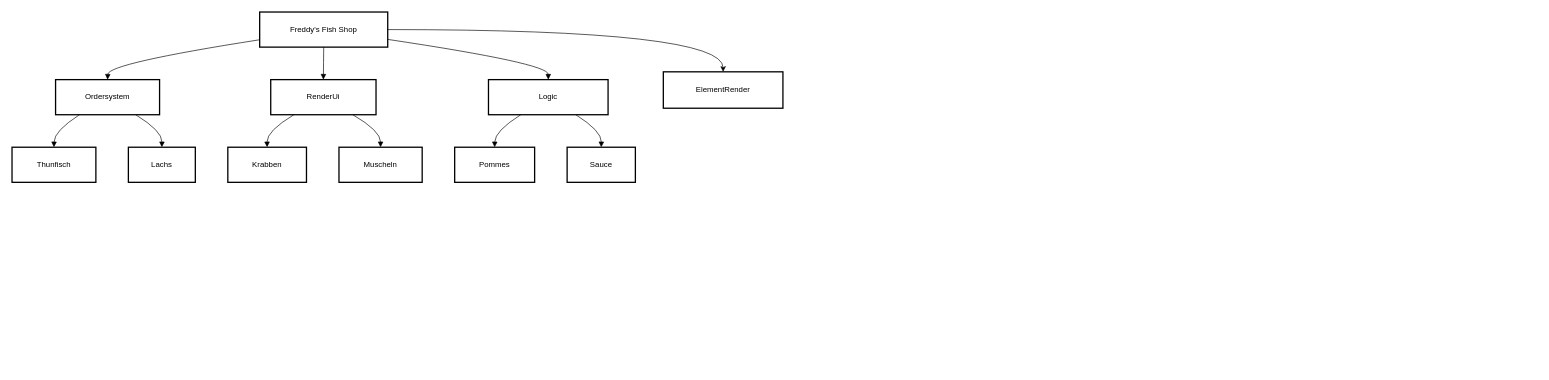
This is Untitled Diagram.drawio from rumi-bit/Year12python, a draw.io file, before an edit. Source tidied: cells renumbered, new cells numbered last; positions are measured from the earlier drawing's top-left corner, leaving out a move shared by most shapes. Both pictures are drawn from the tidied source at 65%, with x=0, y=0 at pixel (12, 12).
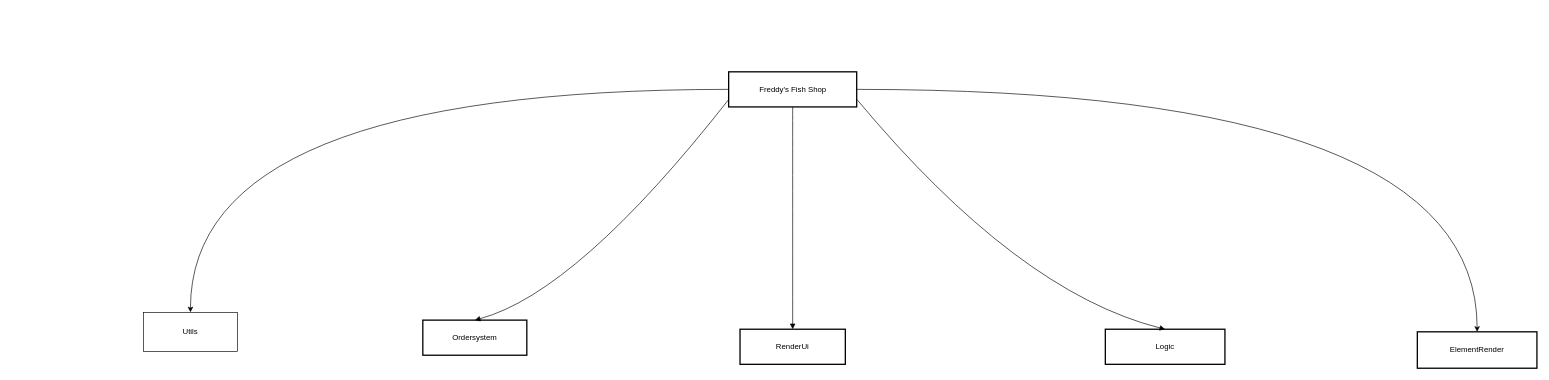
The same page after the edit.

Diff of the diagram source:
```diff
@@
+    <mxCell id="23" style="edgeStyle=orthogonalEdgeStyle;rounded=0;jettySize=auto;html=1;exitX=0;exitY=0.5;exitDx=0;exitDy=0;entryX=0.5;entryY=0;entryDx=0;entryDy=0;curved=1;" parent="1" edge="1" source="2" target="24">
+      <mxGeometry relative="1" as="geometry" />
+    </mxCell>
     <mxCell id="2" value="Freddy's Fish Shop" style="whiteSpace=wrap;strokeWidth=2;" parent="1" vertex="1">
-      <mxGeometry x="381" width="197" height="54" as="geometry" />
+      <mxGeometry x="1102.5" y="92" width="197" height="54" as="geometry" />
     </mxCell>
     <mxCell id="3" value="Ordersystem" style="whiteSpace=wrap;strokeWidth=2;" parent="1" vertex="1">
-      <mxGeometry x="67" y="104" width="160" height="54" as="geometry" />
+      <mxGeometry x="632" y="474" width="160" height="54" as="geometry" />
     </mxCell>
     <mxCell id="4" value="RenderUi" style="whiteSpace=wrap;strokeWidth=2;" parent="1" vertex="1">
-      <mxGeometry x="398" y="104" width="162" height="54" as="geometry" />
+      <mxGeometry x="1120" y="488" width="162" height="54" as="geometry" />
     </mxCell>
     <mxCell id="5" value="Logic" style="whiteSpace=wrap;strokeWidth=2;" parent="1" vertex="1">
-      <mxGeometry x="733" y="104" width="184" height="54" as="geometry" />
+      <mxGeometry x="1682" y="488" width="184" height="54" as="geometry" />
     </mxCell>
-    <mxCell id="6" value="Thunfisch" style="whiteSpace=wrap;strokeWidth=2;" parent="1" vertex="1">
-      <mxGeometry y="208" width="129" height="54" as="geometry" />
-    </mxCell>
-    <mxCell id="7" value="Lachs" style="whiteSpace=wrap;strokeWidth=2;" parent="1" vertex="1">
-      <mxGeometry x="179" y="208" width="103" height="54" as="geometry" />
-    </mxCell>
-    <mxCell id="8" value="Krabben" style="whiteSpace=wrap;strokeWidth=2;" parent="1" vertex="1">
-      <mxGeometry x="332" y="208" width="121" height="54" as="geometry" />
-    </mxCell>
-    <mxCell id="9" value="Muscheln" style="whiteSpace=wrap;strokeWidth=2;" parent="1" vertex="1">
-      <mxGeometry x="503" y="208" width="128" height="54" as="geometry" />
-    </mxCell>
-    <mxCell id="10" value="Pommes" style="whiteSpace=wrap;strokeWidth=2;" parent="1" vertex="1">
-      <mxGeometry x="681" y="208" width="123" height="54" as="geometry" />
-    </mxCell>
-    <mxCell id="11" value="Sauce" style="whiteSpace=wrap;strokeWidth=2;" parent="1" vertex="1">
-      <mxGeometry x="854" y="208" width="105" height="54" as="geometry" />
-    </mxCell>
     <mxCell id="12" style="curved=1;startArrow=none;endArrow=block;exitX=0;exitY=0.79;entryX=0.5;entryY=0;" parent="1" edge="1" source="2" target="3">
       <mxGeometry relative="1" as="geometry">
         <Array as="points">
-          <mxPoint x="148" y="79" />
+          <mxPoint x="870" y="431" />
         </Array>
       </mxGeometry>
     </mxCell>
@@
     <mxCell id="14" style="curved=1;startArrow=none;endArrow=block;exitX=1;exitY=0.78;entryX=0.5;entryY=0;" parent="1" edge="1" source="2" target="5">
       <mxGeometry relative="1" as="geometry">
         <Array as="points">
-          <mxPoint x="825" y="79" />
+          <mxPoint x="1547" y="431" />
         </Array>
       </mxGeometry>
     </mxCell>
-    <mxCell id="15" style="curved=1;startArrow=none;endArrow=block;exitX=0.23;exitY=1;entryX=0.5;entryY=0;" parent="1" edge="1" source="3" target="6">
-      <mxGeometry relative="1" as="geometry">
-        <Array as="points">
-          <mxPoint x="65" y="183" />
-        </Array>
-      </mxGeometry>
-    </mxCell>
-    <mxCell id="16" style="curved=1;startArrow=none;endArrow=block;exitX=0.77;exitY=1;entryX=0.5;entryY=0;" parent="1" edge="1" source="3" target="7">
-      <mxGeometry relative="1" as="geometry">
-        <Array as="points">
-          <mxPoint x="231" y="183" />
-        </Array>
-      </mxGeometry>
-    </mxCell>
-    <mxCell id="17" style="curved=1;startArrow=none;endArrow=block;exitX=0.22;exitY=1;entryX=0.5;entryY=0;" parent="1" edge="1" source="4" target="8">
-      <mxGeometry relative="1" as="geometry">
-        <Array as="points">
-          <mxPoint x="392" y="183" />
-        </Array>
-      </mxGeometry>
-    </mxCell>
-    <mxCell id="18" style="curved=1;startArrow=none;endArrow=block;exitX=0.78;exitY=1;entryX=0.5;entryY=0;" parent="1" edge="1" source="4" target="9">
-      <mxGeometry relative="1" as="geometry">
-        <Array as="points">
-          <mxPoint x="567" y="183" />
-        </Array>
-      </mxGeometry>
-    </mxCell>
-    <mxCell id="19" style="curved=1;startArrow=none;endArrow=block;exitX=0.27;exitY=1;entryX=0.5;entryY=0;" parent="1" edge="1" source="5" target="10">
-      <mxGeometry relative="1" as="geometry">
-        <Array as="points">
-          <mxPoint x="743" y="183" />
-        </Array>
-      </mxGeometry>
-    </mxCell>
-    <mxCell id="20" style="curved=1;startArrow=none;endArrow=block;exitX=0.73;exitY=1;entryX=0.5;entryY=0;" parent="1" edge="1" source="5" target="11">
-      <mxGeometry relative="1" as="geometry">
-        <Array as="points">
-          <mxPoint x="907" y="183" />
-        </Array>
-      </mxGeometry>
-    </mxCell>
     <mxCell id="21" value="ElementRender" style="whiteSpace=wrap;strokeWidth=2;points=[[0,0,0,0,0],[0,0.25,0,0,0],[0,0.5,0,0,0],[0,0.75,0,0,0],[0,1,0,0,0],[0.25,0,0,0,0],[0.25,1,0,0,0],[0.5,0,0,0,0],[0.5,1,0,0,0],[0.75,0,0,0,0],[0.75,1,0,0,0],[1,0,0,0,0],[1,0.25,0,0,0],[1,0.5,0,0,0],[1,0.75,0,0,0],[1,1,0,0,0]];" parent="1" vertex="1">
-      <mxGeometry x="1002" y="92" width="184" height="56" as="geometry" />
+      <mxGeometry x="2162" y="492" width="184" height="56" as="geometry" />
     </mxCell>
@@
+    <mxCell id="24" value="Utils" style="rounded=0;whiteSpace=wrap;html=1;" parent="1" vertex="1">
+      <mxGeometry x="202" y="462" width="145" height="60" as="geometry" />
+    </mxCell>
```
